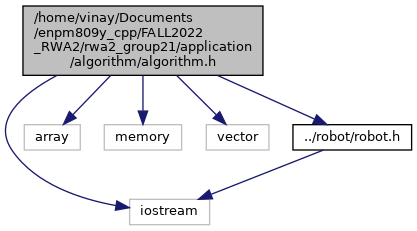
Earlier version of the Graphviz export docs/algorithm_8h__incl.png (darshit-desai/Maze-Solver-simulation-using-Wall-Following-Algorithm-OOP). Its source is kept beside it as docs/algorithm_8h__incl.dot. Its diagram source:
```dot
digraph "application/algorithm/algorithm.h"
{
  edge [fontname="Helvetica",fontsize="10",labelfontname="Helvetica",labelfontsize="10"];
  node [fontname="Helvetica",fontsize="10",shape=record];
  Node1 [label="application/algorithm\l/algorithm.h",height=0.2,width=0.4,color="black", fillcolor="grey75", style="filled", fontcolor="black",tooltip="This file contains the implementation details for algorithm class."];
  Node1 -> Node2 [color="midnightblue",fontsize="10",style="solid",fontname="Helvetica"];
  Node2 [label="iostream",height=0.2,width=0.4,color="grey75", fillcolor="white", style="filled",tooltip=" "];
  Node1 -> Node3 [color="midnightblue",fontsize="10",style="solid",fontname="Helvetica"];
  Node3 [label="array",height=0.2,width=0.4,color="grey75", fillcolor="white", style="filled",tooltip=" "];
  Node1 -> Node4 [color="midnightblue",fontsize="10",style="solid",fontname="Helvetica"];
  Node4 [label="memory",height=0.2,width=0.4,color="grey75", fillcolor="white", style="filled",tooltip=" "];
  Node1 -> Node5 [color="midnightblue",fontsize="10",style="solid",fontname="Helvetica"];
  Node5 [label="vector",height=0.2,width=0.4,color="grey75", fillcolor="white", style="filled",tooltip=" "];
  Node1 -> Node6 [color="midnightblue",fontsize="10",style="solid",fontname="Helvetica"];
  Node6 [label="../robot/robot.h",height=0.2,width=0.4,color="black", fillcolor="white", style="filled",URL="$robot_8h.html",tooltip="This class is used to drive the robot based on its position and orientation."];
  Node6 -> Node2 [color="midnightblue",fontsize="10",style="solid",fontname="Helvetica"];
}
```
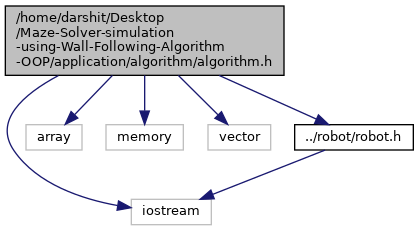
Later version of the same file.

Change to the diagram source:
```diff
@@ -1,17 +1,18 @@
-digraph "application/algorithm/algorithm.h"
+digraph "D:/Maze-Solver-simulation-using-Wall-Following-Algorithm-OOP/application/algorithm/algorithm.h"
 {
-  edge [fontname="Helvetica",fontsize="10",labelfontname="Helvetica",labelfontsize="10"];
-  node [fontname="Helvetica",fontsize="10",shape=record];
-  Node1 [label="application/algorithm\l/algorithm.h",height=0.2,width=0.4,color="black", fillcolor="grey75", style="filled", fontcolor="black",tooltip="This file contains the implementation details for algorithm class."];
-  Node1 -> Node2 [color="midnightblue",fontsize="10",style="solid",fontname="Helvetica"];
-  Node2 [label="iostream",height=0.2,width=0.4,color="grey75", fillcolor="white", style="filled",tooltip=" "];
-  Node1 -> Node3 [color="midnightblue",fontsize="10",style="solid",fontname="Helvetica"];
-  Node3 [label="array",height=0.2,width=0.4,color="grey75", fillcolor="white", style="filled",tooltip=" "];
-  Node1 -> Node4 [color="midnightblue",fontsize="10",style="solid",fontname="Helvetica"];
-  Node4 [label="memory",height=0.2,width=0.4,color="grey75", fillcolor="white", style="filled",tooltip=" "];
-  Node1 -> Node5 [color="midnightblue",fontsize="10",style="solid",fontname="Helvetica"];
-  Node5 [label="vector",height=0.2,width=0.4,color="grey75", fillcolor="white", style="filled",tooltip=" "];
-  Node1 -> Node6 [color="midnightblue",fontsize="10",style="solid",fontname="Helvetica"];
-  Node6 [label="../robot/robot.h",height=0.2,width=0.4,color="black", fillcolor="white", style="filled",URL="$robot_8h.html",tooltip="This class is used to drive the robot based on its position and orientation."];
-  Node6 -> Node2 [color="midnightblue",fontsize="10",style="solid",fontname="Helvetica"];
+  bgcolor="transparent";
+  edge [fontname=Helvetica,fontsize=10,labelfontname=Helvetica,labelfontsize=10];
+  node [fontname=Helvetica,fontsize=10,shape=box,height=0.2,width=0.4];
+  Node1 [id="Node000001",label="D:/Maze-Solver-simulation\l-using-Wall-Following-Algorithm\l-OOP/application/algorithm/algorithm.h",height=0.2,width=0.4,color="gray40", fillcolor="grey60", style="filled", fontcolor="black",tooltip="This file contains the implementation details for algorithm class."];
+  Node1 -> Node2 [id="edge1_Node000001_Node000002",color="steelblue1",style="solid",tooltip=" "];
+  Node2 [id="Node000002",label="iostream",height=0.2,width=0.4,color="grey60", fillcolor="#E0E0E0", style="filled",tooltip=" "];
+  Node1 -> Node3 [id="edge2_Node000001_Node000003",color="steelblue1",style="solid",tooltip=" "];
+  Node3 [id="Node000003",label="array",height=0.2,width=0.4,color="grey60", fillcolor="#E0E0E0", style="filled",tooltip=" "];
+  Node1 -> Node4 [id="edge3_Node000001_Node000004",color="steelblue1",style="solid",tooltip=" "];
+  Node4 [id="Node000004",label="memory",height=0.2,width=0.4,color="grey60", fillcolor="#E0E0E0", style="filled",tooltip=" "];
+  Node1 -> Node5 [id="edge4_Node000001_Node000005",color="steelblue1",style="solid",tooltip=" "];
+  Node5 [id="Node000005",label="vector",height=0.2,width=0.4,color="grey60", fillcolor="#E0E0E0", style="filled",tooltip=" "];
+  Node1 -> Node6 [id="edge5_Node000001_Node000006",color="steelblue1",style="solid",tooltip=" "];
+  Node6 [id="Node000006",label="../robot/robot.h",height=0.2,width=0.4,color="grey40", fillcolor="white", style="filled",URL="$robot_8h.html",tooltip="This class is used to drive the robot based on its position and orientation."];
+  Node6 -> Node2 [id="edge6_Node000006_Node000002",color="steelblue1",style="solid",tooltip=" "];
 }
```
